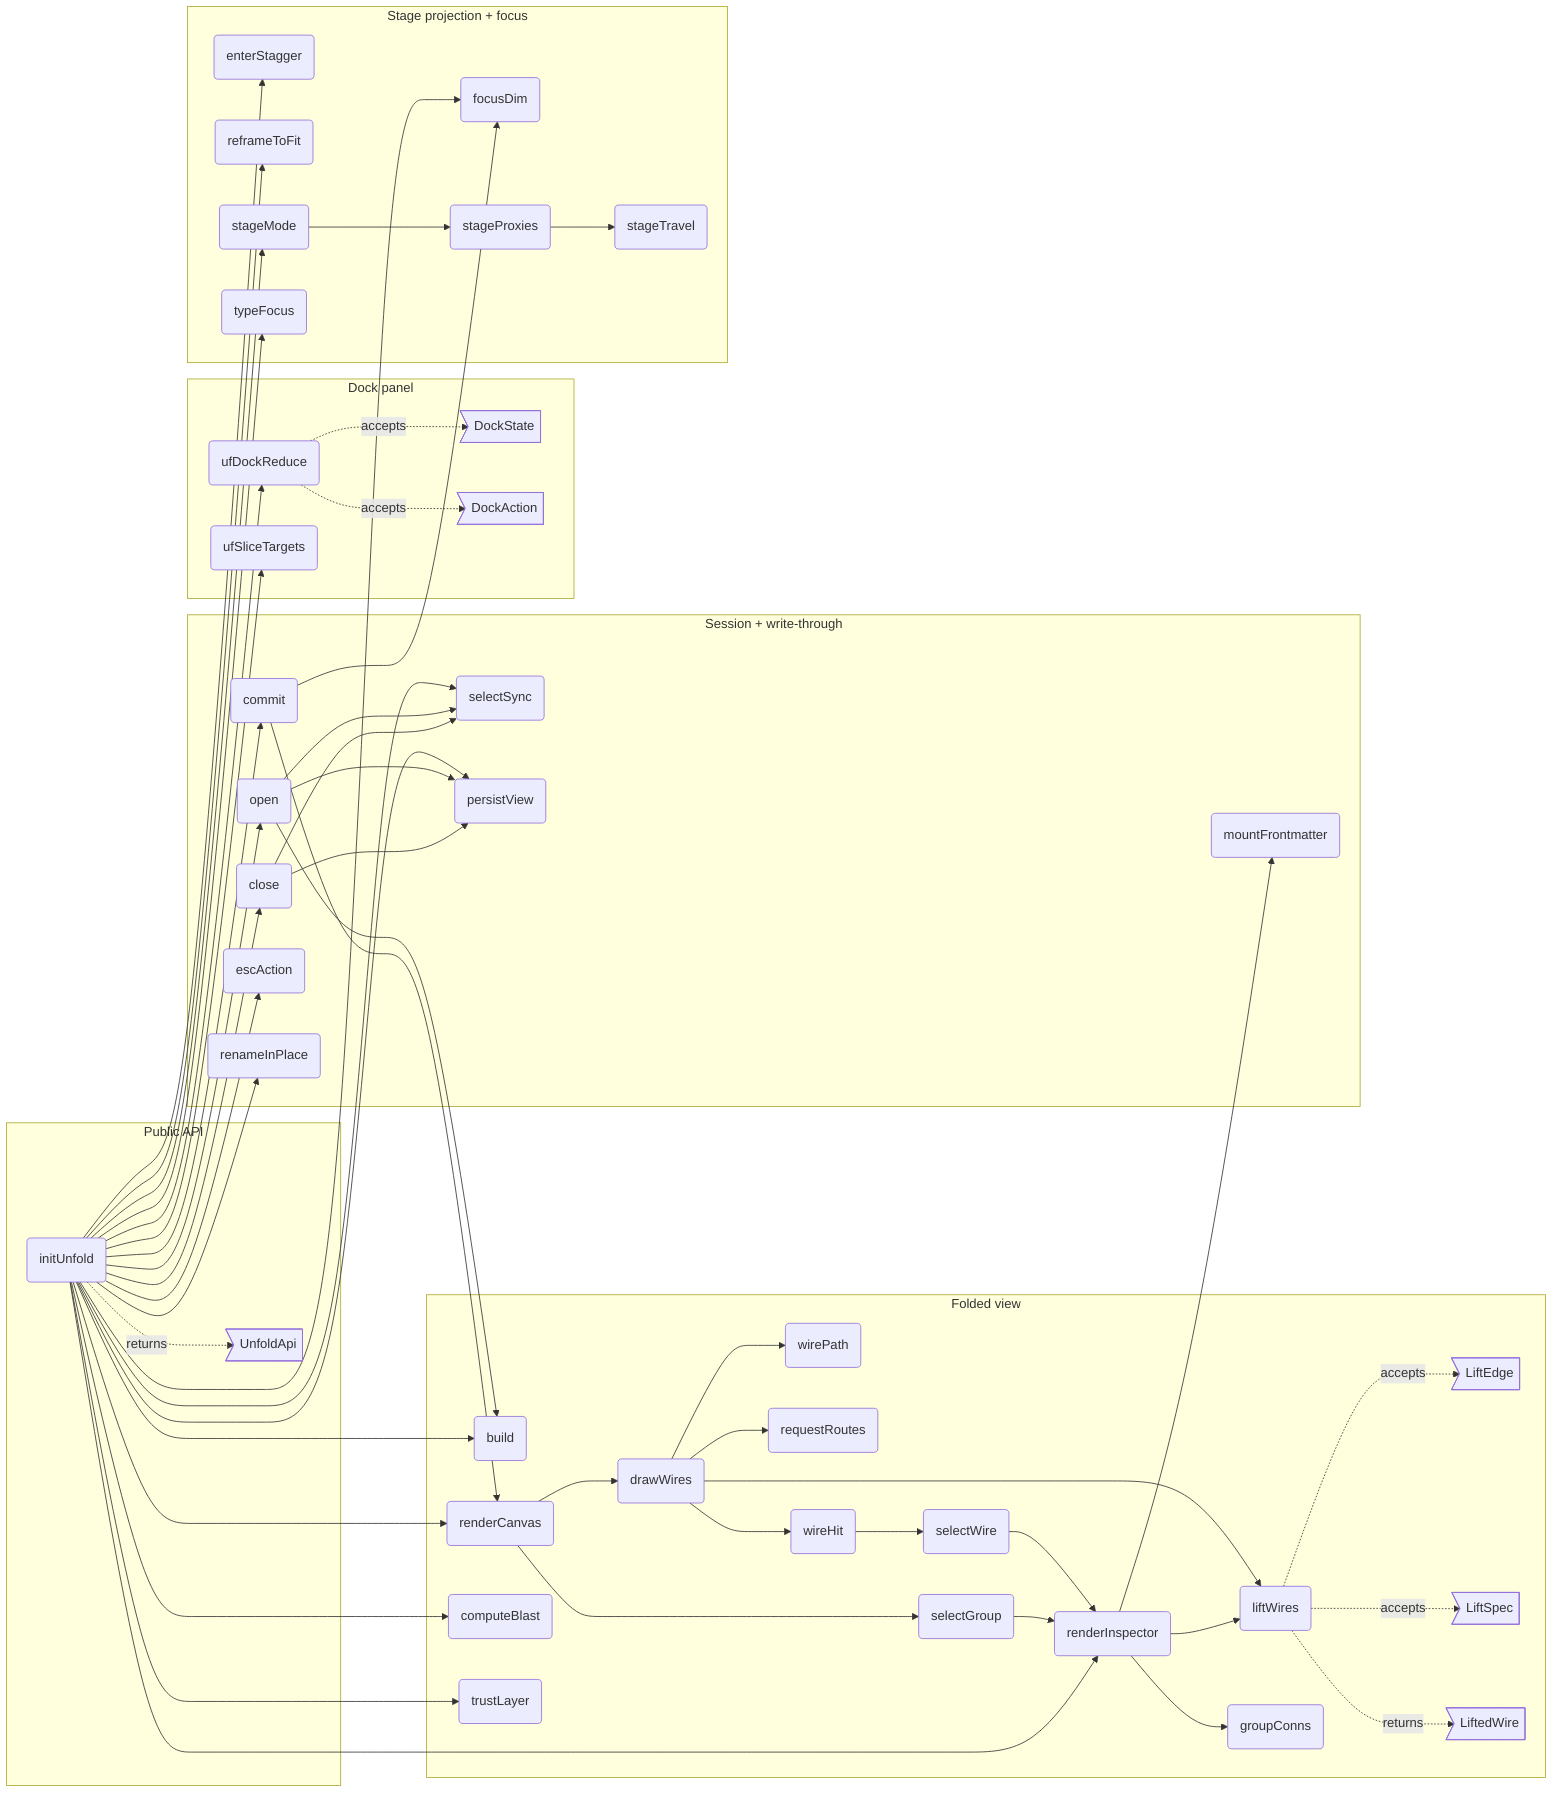
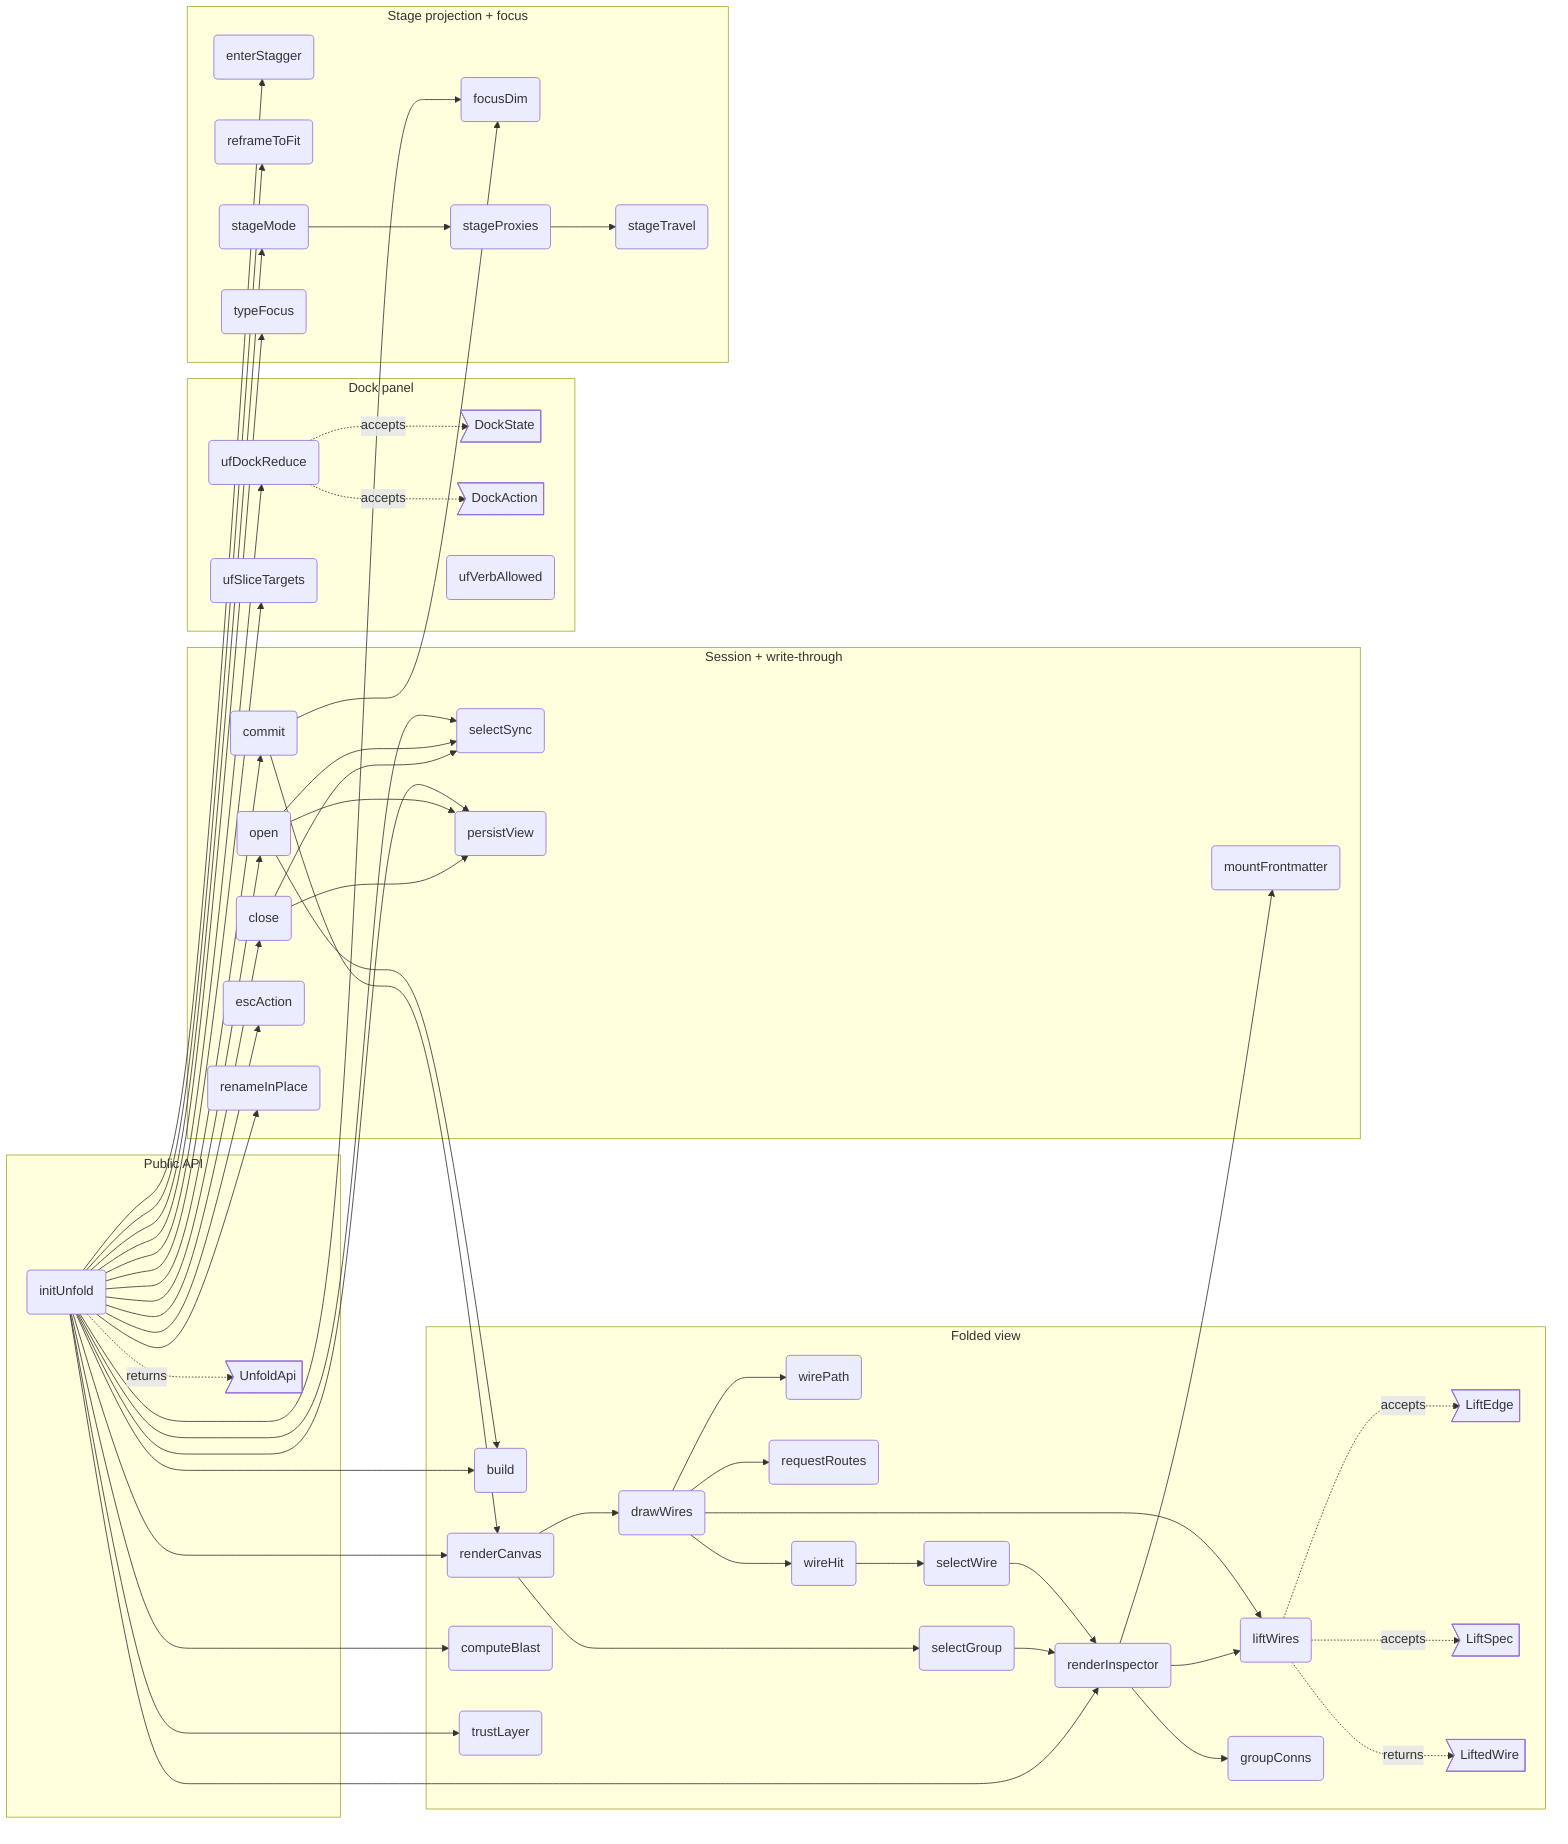
flowchart LR
%% root unfold

%% src UnfoldApi src/panel/unfold.ts#UnfoldApi
%% kind UnfoldApi type
%% fm:meta UnfoldApi name=UnfoldApi
%% fm:meta UnfoldApi desc=public surface: open, close, toggle

%% src initUnfold src/panel/unfold.ts#initUnfold
%% kind initUnfold function
%% fm:meta initUnfold name=initUnfold
%% fm:meta initUnfold desc=build the primary surface (own DOM + own CSS, the planner isolation pattern) bound to ctx; reads ctx.state + ctx.bodies, writes only through the shared hooks path; the dock carries a temporary legacy-compare affordance instead of a ✕ (M4 correction); the panel is a real dock driven by the pure ufDockReduce — five tabs on a two-row strip (reveal · io · mermaid / slice · style) anchored at the reveal strip, chevron collapse to a slim rail, left-border drag resize, state persisted under unfold.dock; the slice tab serialises through SliceApi.sliceFor on ufSliceTargets, the style tab drives appearance (light/dark + font via theming.applyFont)
%% fm:meta initUnfold i0.name=initUnfold
%% fm:meta initUnfold i0.accepts=ctx: AppContext
%% fm:meta initUnfold i0.accepts=deps: { selection: SelectionApi; camera: CameraApi; files: FilesApi; mermaid: MermaidApi; slice: SliceApi; theming: ThemingApi }
%% fm:meta initUnfold i0.returns=UnfoldApi

%% src ufBuild src/panel/unfold.ts#build
%% kind ufBuild function
%% fm:meta ufBuild name=build
%% fm:meta ufBuild desc=derive the folded units from ctx.state on every open: live parent wins, else the flowmap mod__rest drill convention; de-dup edges, fan-in
%% fm:meta ufBuild i0.name=build
%% fm:meta ufBuild i0.returns=void

%% src ufRenderCanvas src/panel/unfold.ts#renderCanvas
%% kind ufRenderCanvas function
%% fm:meta ufRenderCanvas name=renderCanvas
%% fm:meta ufRenderCanvas desc=render the containment roots as nested flex cards/groups; only expanded containers show their children
%% fm:meta ufRenderCanvas i0.name=renderCanvas
%% fm:meta ufRenderCanvas i0.returns=void

%% src ufDrawWires src/panel/unfold.ts#drawWires
%% kind ufDrawWires function
%% fm:meta ufDrawWires name=drawWires
%% fm:meta ufDrawWires desc=paint the pure lift decision (ufLiftWires): wires run between sibling anchors under their lowest common container so no wire crosses a foreign group box; concealed counts render as mid-path badges; arrowheads exist only on atomic reveals (selected leaf / exploded wire); hot wires keep the accent + flow grammar; weight ramp, hub fade and hit paths operate on the lifted set
%% fm:meta ufDrawWires i0.name=drawWires
%% fm:meta ufDrawWires i0.returns=void

%% src ufLiftWires src/panel/unfold-lift.ts#ufLiftWires
%% kind ufLiftWires function
%% fm:meta ufLiftWires name=liftWires
%% fm:meta ufLiftWires desc=pure wire-picture decision for the primary surface: every wire lifts to sibling anchors under the lowest common container (never crossing a foreign boundary), concealed endpoints counted for the badge; the lowest selected point sets the travel depth — a selected leaf reveals true wires (atomic, arrowed, hot), a selected container anchors its crossing wires at its own border (hot), a selected wire explodes into its underlying relations; opposite directions merge (weight-majority orientation) since arrowheads exist only on atomic reveals
%% fm:meta ufLiftWires i0.name=ufLiftWires
%% fm:meta ufLiftWires i0.accepts=edges: LiftEdge[]
%% fm:meta ufLiftWires i0.accepts=spec: LiftSpec
%% fm:meta ufLiftWires i0.returns=LiftedWire[]

%% src ufLiftEdge src/panel/unfold-lift.ts#LiftEdge
%% kind ufLiftEdge type
%% fm:meta ufLiftEdge name=LiftEdge
%% fm:meta ufLiftEdge desc=one deduped model edge as the lift decision sees it: endpoints, call/dep flags, weight, optional advisory mark

%% src ufLiftSpec src/panel/unfold-lift.ts#LiftSpec
%% kind ufLiftSpec type
%% fm:meta ufLiftSpec name=LiftSpec
%% fm:meta ufLiftSpec desc=the plain view slice the lift decision reads: containment parents, expanded/hidden, selection (node or container plus wire), wire layers

%% src ufLiftedWire src/panel/unfold-lift.ts#LiftedWire
%% kind ufLiftedWire type
%% fm:meta ufLiftedWire name=LiftedWire
%% fm:meta ufLiftedWire desc=one drawn wire: sibling anchors, summed weight, concealed endpoint count (the badge), atomic (arrowed reveal), hot (selection highlight), advisory, and the underlying model relations

%% src ufSliceTargets src/panel/unfold-slice.ts#ufSliceTargets
%% kind ufSliceTargets function
%% fm:meta ufSliceTargets name=ufSliceTargets
%% fm:meta ufSliceTargets desc=pure mapping from unfold's selection shape to slice target ids: a non-empty selected card/group id wins → [sel]; else a selected wire → its two endpoints deduplicated for a self-loop; else [] meaning full diagram (the legacy no-selection contract); an empty-string sel counts as no selection
%% fm:meta ufSliceTargets i0.name=ufSliceTargets
%% fm:meta ufSliceTargets i0.accepts=sel: string | null
%% fm:meta ufSliceTargets i0.accepts=wire: { a: string; b: string } | null
%% fm:meta ufSliceTargets i0.returns=string[]
+ 
+ %% src ufVerbAllowed src/panel/unfold-verbs.ts#ufVerbAllowed
+ %% kind ufVerbAllowed function
+ %% fm:meta ufVerbAllowed name=ufVerbAllowed
+ %% fm:meta ufVerbAllowed desc=pure verb-applicability gate for unfold's hidden actions: over { sel, wire, clipboard, modelEmpty } — addNode/undo/redo always; connect/copy/duplicate/wrap/editMeta need a selected card or group; delete needs a card/group or a wire; paste needs a non-empty clipboard; edgeLabel/edgeReverse/edgeDelete need a selected wire; clearAll needs a non-empty model; unknown verbs are refused (fail closed)
+ %% fm:meta ufVerbAllowed i0.name=ufVerbAllowed
+ %% fm:meta ufVerbAllowed i0.accepts=verb: string
+ %% fm:meta ufVerbAllowed i0.accepts=s: { sel: string | null; wire: boolean; clipboard: boolean; modelEmpty: boolean }
+ %% fm:meta ufVerbAllowed i0.returns=boolean

%% src ufDockReduce src/panel/unfold-dock.ts#ufDockReduce
%% kind ufDockReduce function
%% fm:meta ufDockReduce name=ufDockReduce
%% fm:meta ufDockReduce desc=pure dock-state reducer for the primary surface's panel: DockState { tab, collapsed, width } advances only through actions — setTab selects a known tab and always expands a collapsed panel (unknown or already-active tabs are no-ops), toggleCollapse flips collapsed preserving tab and width, resize rounds and clamps width to [240, 580] and is a no-op while collapsed, load normalizes a persisted raw value falling back per-field to first-tab / expanded / 330; an empty tabs list makes every action a no-op
%% fm:meta ufDockReduce i0.name=ufDockReduce
%% fm:meta ufDockReduce i0.accepts=state: DockState
%% fm:meta ufDockReduce i0.accepts=action: DockAction
%% fm:meta ufDockReduce i0.accepts=tabs: string[]
%% fm:meta ufDockReduce i0.returns=DockState

%% src ufDockState src/panel/unfold-dock.ts#DockState
%% kind ufDockState type
%% fm:meta ufDockState name=DockState
%% fm:meta ufDockState desc=the panel chrome state: active tab, collapsed flag, width in px — the only dock state, persisted whole under unfold.dock

%% src ufDockAction src/panel/unfold-dock.ts#DockAction
%% kind ufDockAction type
%% fm:meta ufDockAction name=DockAction
%% fm:meta ufDockAction desc=discriminated dock action: setTab, toggleCollapse, resize, or load (normalize a persisted raw value)

%% src ufComputeBlast src/panel/unfold.ts#computeBlast
%% kind ufComputeBlast function
%% fm:meta ufComputeBlast name=computeBlast
%% fm:meta ufComputeBlast desc=reverse-BFS the transitive dependents of the selection and map them to visible cards with min hop distance
%% fm:meta ufComputeBlast i0.name=computeBlast
%% fm:meta ufComputeBlast i0.returns=void

%% src ufRenderInspector src/panel/unfold.ts#renderInspector
%% kind ufRenderInspector function
%% fm:meta ufRenderInspector name=renderInspector
%% fm:meta ufRenderInspector desc=empty until selection; then kind, crumbs, desc, interfaces, blast count, connections, and the real source body from ctx.bodies — a selected wire resolves its endpoints and underlying relations through the same pure lift decision the painter draws (ufLiftWires), so the two surfaces cannot disagree
%% fm:meta ufRenderInspector i0.name=renderInspector
%% fm:meta ufRenderInspector i0.returns=void

%% src ufEnterStagger src/panel/unfold.ts#enterStagger
%% kind ufEnterStagger function
%% fm:meta ufEnterStagger name=enterStagger
%% fm:meta ufEnterStagger desc=staggered fade-up entrance for newly-revealed cards (~55ms stagger, ~650ms expo ease); wires draw themselves in only after their cards land
%% fm:meta ufEnterStagger i0.name=enterStagger
%% fm:meta ufEnterStagger i0.returns=void

%% src ufFocusDim src/panel/unfold.ts#focusDim
%% kind ufFocusDim function
%% fm:meta ufFocusDim name=focusDim
%% fm:meta ufFocusDim desc=focus illumination without rebuild: selection glows, 1-hop neighbours stay lit, its wires carry the flow animation, everything else dims
%% fm:meta ufFocusDim i0.name=focusDim
%% fm:meta ufFocusDim i0.returns=void

%% src ufReframe src/panel/unfold.ts#reframeToFit
%% kind ufReframe function
%% fm:meta ufReframe name=reframeToFit
%% fm:meta ufReframe desc=after every structural change the world transform-scales so all visible content fits, animated ~900ms expo ease — the canvas breathes instead of demanding travel
%% fm:meta ufReframe i0.name=reframeToFit
%% fm:meta ufReframe i0.returns=void

%% src ufStageMode src/panel/unfold.ts#stageMode
%% kind ufStageMode function
%% fm:meta ufStageMode name=stageMode
%% fm:meta ufStageMode desc=second projection of the same graph: the focused group renders center-stage at readable size while the explore world blurs and fades behind; exit restores explore state exactly
%% fm:meta ufStageMode i0.name=stageMode
%% fm:meta ufStageMode i0.accepts=gid: string | null
%% fm:meta ufStageMode i0.returns=void

%% src ufProxies src/panel/unfold.ts#stageProxies
%% kind ufProxies function
%% fm:meta ufProxies name=stageProxies
%% fm:meta ufProxies desc=external edges aggregate per target container into pill proxies on a ring; each pill's angle is the TRUE angle between group centroids in ctx.state positions
%% fm:meta ufProxies i0.name=stageProxies
%% fm:meta ufProxies i0.returns=void

%% src ufTravel src/panel/unfold.ts#stageTravel
%% kind ufTravel function
%% fm:meta ufTravel name=stageTravel
%% fm:meta ufTravel desc=peek then travel: the target group slides onto stage FROM its direction; the origin becomes a reciprocal-direction proxy automatically since both derive from the same centroids
%% fm:meta ufTravel i0.name=stageTravel
%% fm:meta ufTravel i0.accepts=target: string
%% fm:meta ufTravel i0.accepts=fromAngle: number
%% fm:meta ufTravel i0.returns=void

%% src ufTypeFocus src/panel/unfold.ts#typeFocus
%% kind ufTypeFocus function
%% fm:meta ufTypeFocus name=typeFocus
%% fm:meta ufTypeFocus desc=click a type in a frontmatter card and every module whose interface carries that type lights across the surface; the inspector lists the carriers, derived from ctx.state
%% fm:meta ufTypeFocus i0.name=typeFocus
%% fm:meta ufTypeFocus i0.accepts=t: string | null
%% fm:meta ufTypeFocus i0.returns=void

%% src ufCommit src/panel/unfold.ts#commit
%% kind ufCommit function
%% fm:meta ufCommit name=commit
%% fm:meta ufCommit desc=the ONLY view-mutation entry (M3): apply the pure reduceView to the spec, install the result frozen, then paint the per-action render subset — no handler touches view state or the DOM directly
%% fm:meta ufCommit i0.name=commit
%% fm:meta ufCommit i0.accepts=a: ViewAction
%% fm:meta ufCommit i0.returns=void

%% src ufSelectSync src/panel/unfold.ts#selectSync
%% kind ufSelectSync function
%% fm:meta ufSelectSync name=selectSync
%% fm:meta ufSelectSync desc=selection survives the mode boundary: seed SEL from the editor selection on open; hand the reading selection back (selectOnly + zoomToNode via deps) on close — no new state, one shared selection
%% fm:meta ufSelectSync i0.name=selectSync
%% fm:meta ufSelectSync i0.accepts=dir: 'open' | 'close'
%% fm:meta ufSelectSync i0.returns=void

%% src ufPersistView src/panel/unfold.ts#persistView
%% kind ufPersistView function
%% fm:meta ufPersistView name=persistView
%% fm:meta ufPersistView desc=the reading session persists per diagram (sorted containment roots as identity) as the full v1 ViewSpec; load goes through normalizeViewSpec and applies the durable trio (expanded/hidden/layers) — a pre-M3 stored entry is a valid subset, migration is branch-free
%% fm:meta ufPersistView i0.name=persistView
%% fm:meta ufPersistView i0.accepts=dir: 'save' | 'load'
%% fm:meta ufPersistView i0.returns=void

%% src ufOpen src/panel/unfold.ts#open
%% kind ufOpen function
%% fm:meta ufOpen name=open
%% fm:meta ufOpen desc=enter the primary surface: rebuild units from ctx.state, restore the per-diagram ViewSpec, sync selection in, show the overlay — no surface choice is recorded, unfold is home (M4 correction)
%% fm:meta ufOpen i0.name=open
%% fm:meta ufOpen i0.returns=void

%% src ufClose src/panel/unfold.ts#close
%% kind ufClose function
%% fm:meta ufClose name=close
%% fm:meta ufClose desc=leave unfold for the legacy-compare view (temporary, until M5 parity deletes the canvas): save the ViewSpec, hand the selection back, hide the overlay — invoked ONLY by the explicit compare affordance; no surface choice is recorded, no ✕ and no Esc route here (M4 correction)
%% fm:meta ufClose i0.name=close
%% fm:meta ufClose i0.returns=void

%% src ufEscAction src/panel/unfold-esc.ts#ufEscAction
%% kind ufEscAction function
%% fm:meta ufEscAction name=escAction
%% fm:meta ufEscAction desc=pure Esc-chain decision for the primary surface: priority order focusType > selWire > stage > sel > query, and 'none' at the bottom — Escape never exits unfold (the old close() branch is gone by design, M4 correction)
%% fm:meta ufEscAction i0.name=ufEscAction
%% fm:meta ufEscAction i0.accepts=s: { focusType: boolean; selWire: boolean; stage: boolean; sel: boolean; query: boolean }
%% fm:meta ufEscAction i0.returns='clearTypeFocus' | 'deselectWire' | 'exitStage' | 'selectGroup' | 'clearQuery' | 'none'

%% src ufTrustLayer src/panel/unfold.ts#trustLayer
%% kind ufTrustLayer function
%% fm:meta ufTrustLayer name=trustLayer
%% fm:meta ufTrustLayer desc=trust layer with an OPTIONAL advisory source: same-origin edge-advisory-allowlist.txt when present, a Load button otherwise; absent source = layer disabled, never wrong — advisory edges dash amber, advisory descs are marked
%% fm:meta ufTrustLayer i0.name=trustLayer
%% fm:meta ufTrustLayer i0.returns=void

%% src ufWirePath src/panel/unfold.ts#wirePath
%% kind ufWirePath function
%% fm:meta ufWirePath name=wirePath
%% fm:meta ufWirePath desc=one wire geometry, not two: reading-mode wires from the app's real port-side geometry (core/state portPos + bestSides) and the render/wires elbow path — replaces the local orthoPath
%% fm:meta ufWirePath i0.name=wirePath
%% fm:meta ufWirePath i0.accepts=a: Box
%% fm:meta ufWirePath i0.accepts=b: Box
%% fm:meta ufWirePath i0.returns=string

%% src ufRequestRoutes src/panel/unfold.ts#requestRoutes
%% kind ufRequestRoutes function
%% fm:meta ufRequestRoutes name=requestRoutes
%% fm:meta ufRequestRoutes desc=obstacle-avoided routes for the lifted wire picture via the shared libavoid worker (render/avoidRouter routeGraph), one call per containment scope: sibling cards AND group boxes are the obstacles for that scope's lifted wires, while atomic reveals route against cards only; elbows paint first, routed polylines upgrade in place; a layout signature drops stale replies
%% fm:meta ufRequestRoutes i0.name=requestRoutes
%% fm:meta ufRequestRoutes i0.accepts=pos: Record<string, Box>
%% fm:meta ufRequestRoutes i0.accepts=wires: LiftedWire[]
%% fm:meta ufRequestRoutes i0.returns=void

%% src ufSelectWire src/panel/unfold.ts#selectWire
%% kind ufSelectWire function
%% fm:meta ufSelectWire name=selectWire
%% fm:meta ufSelectWire desc=a wire is a first-class selectable (legacy-editor parity): select an aggregated wire by its rendered rep pair, clearing node/type focus; re-click deselects; the inspector shows endpoints, kind, weight and every underlying model relation
%% fm:meta ufSelectWire i0.name=selectWire
%% fm:meta ufSelectWire i0.accepts=a: string
%% fm:meta ufSelectWire i0.accepts=b: string
%% fm:meta ufSelectWire i0.returns=void

%% src ufWireHit src/panel/unfold.ts#wireHit
%% kind ufWireHit function
%% fm:meta ufWireHit name=wireHit
%% fm:meta ufWireHit desc=append an invisible wide hit path over a drawn wire in either projection: click selects the wire, hover pre-lights it — excluded from stage panning so pointer capture never eats the click
%% fm:meta ufWireHit i0.name=wireHit
%% fm:meta ufWireHit i0.accepts=vis: SVGPathElement
%% fm:meta ufWireHit i0.accepts=d: string
%% fm:meta ufWireHit i0.accepts=a: string
%% fm:meta ufWireHit i0.accepts=b: string
%% fm:meta ufWireHit i0.accepts=host: SVGSVGElement
%% fm:meta ufWireHit i0.returns=void

%% src ufSelectGroup src/panel/unfold.ts#selectGroup
%% kind ufSelectGroup function
%% fm:meta ufSelectGroup name=selectGroup
%% fm:meta ufSelectGroup desc=a group is a first-class selectable (U6): select + inspect, never stage (U8 deferred) — clears wire/type focus, relights, re-renders tree + inspector in either projection
%% fm:meta ufSelectGroup i0.name=selectGroup
%% fm:meta ufSelectGroup i0.accepts=id: string
%% fm:meta ufSelectGroup i0.returns=void

%% src ufGroupConns src/panel/unfold.ts#groupConns
%% kind ufGroupConns function
%% fm:meta ufGroupConns name=groupConns
%% fm:meta ufGroupConns desc=external connections of a container: every edge with exactly one endpoint inside the subtree, aggregated to the coarsest foreign container and weight-summed — the same aggregation grammar as the stage pills
%% fm:meta ufGroupConns i0.name=groupConns
%% fm:meta ufGroupConns i0.accepts=id: string
%% fm:meta ufGroupConns i0.returns={ uses: [string, number][]; usedBy: [string, number][] }

%% src ufRenameInPlace src/panel/unfold.ts#renameInPlace
%% kind ufRenameInPlace function
%% fm:meta ufRenameInPlace name=renameInPlace
%% fm:meta ufRenameInPlace desc=inline rename on the selected card (Enter / double-click on selected), writing through the existing model path — mutate ctx.state then hooks render + sync + pushHistory + persist, never a private write path
%% fm:meta ufRenameInPlace i0.name=renameInPlace
%% fm:meta ufRenameInPlace i0.accepts=id: string
%% fm:meta ufRenameInPlace i0.returns=void

%% src ufMountFrontmatter src/panel/unfold.ts#mountFrontmatter
%% kind ufMountFrontmatter function
%% fm:meta ufMountFrontmatter name=mountFrontmatter
%% fm:meta ufMountFrontmatter desc=mount the app's frontmatter editor (panel/inspector-frontmatter) for the selected node inside the reading inspector — the same hooks write path as renameInPlace; commits re-derive the folded view
%% fm:meta ufMountFrontmatter i0.name=mountFrontmatter
%% fm:meta ufMountFrontmatter i0.accepts=host: HTMLElement
%% fm:meta ufMountFrontmatter i0.accepts=id: string
%% fm:meta ufMountFrontmatter i0.returns=void

%% parent uf_api unfold
%% parent uf_view unfold
%% parent uf_stage unfold
%% parent uf_session unfold
%% parent uf_dock unfold

  subgraph uf_api ["Public API"]
    initUnfold("initUnfold")
    UnfoldApi>"UnfoldApi"]
  end
  subgraph uf_dock ["Dock panel"]
    ufDockReduce("ufDockReduce")
    ufDockState>"DockState"]
    ufDockAction>"DockAction"]
    ufSliceTargets("ufSliceTargets")
+     ufVerbAllowed("ufVerbAllowed")
  end
  subgraph uf_view ["Folded view"]
    ufBuild("build")
    ufRenderCanvas("renderCanvas")
    ufDrawWires("drawWires")
    ufLiftWires("liftWires")
    ufLiftEdge>"LiftEdge"]
    ufLiftSpec>"LiftSpec"]
    ufLiftedWire>"LiftedWire"]
    ufWirePath("wirePath")
    ufRequestRoutes("requestRoutes")
    ufWireHit("wireHit")
    ufSelectWire("selectWire")
    ufSelectGroup("selectGroup")
    ufGroupConns("groupConns")
    ufComputeBlast("computeBlast")
    ufRenderInspector("renderInspector")
    ufTrustLayer("trustLayer")
  end
  subgraph uf_session ["Session + write-through"]
    ufCommit("commit")
    ufOpen("open")
    ufClose("close")
    ufEscAction("escAction")
    ufSelectSync("selectSync")
    ufPersistView("persistView")
    ufRenameInPlace("renameInPlace")
    ufMountFrontmatter("mountFrontmatter")
  end
  subgraph uf_stage ["Stage projection + focus"]
    ufEnterStagger("enterStagger")
    ufFocusDim("focusDim")
    ufReframe("reframeToFit")
    ufStageMode("stageMode")
    ufProxies("stageProxies")
    ufTravel("stageTravel")
    ufTypeFocus("typeFocus")
  end

  initUnfold -.->|returns| UnfoldApi
  initUnfold --> ufBuild
  initUnfold --> ufRenderCanvas
  ufRenderCanvas --> ufDrawWires
  ufDrawWires --> ufLiftWires
  ufLiftWires -.->|accepts| ufLiftEdge
  ufLiftWires -.->|accepts| ufLiftSpec
  ufLiftWires -.->|returns| ufLiftedWire
  ufDrawWires --> ufWirePath
  ufDrawWires --> ufRequestRoutes
  ufDrawWires --> ufWireHit
  ufWireHit --> ufSelectWire
  ufSelectWire --> ufRenderInspector
  ufRenderInspector --> ufLiftWires
  ufRenderCanvas --> ufSelectGroup
  ufSelectGroup --> ufRenderInspector
  ufRenderInspector --> ufGroupConns
  initUnfold --> ufComputeBlast
  initUnfold --> ufRenderInspector
  initUnfold --> ufTrustLayer
  initUnfold --> ufCommit
  ufCommit --> ufRenderCanvas
  ufCommit --> ufFocusDim
  initUnfold --> ufSelectSync
  initUnfold --> ufPersistView
  initUnfold --> ufOpen
  initUnfold --> ufClose
  ufOpen --> ufBuild
  ufOpen --> ufPersistView
  ufOpen --> ufSelectSync
  ufClose --> ufPersistView
  ufClose --> ufSelectSync
  initUnfold --> ufRenameInPlace
  ufRenderInspector --> ufMountFrontmatter
  initUnfold --> ufEnterStagger
  initUnfold --> ufFocusDim
  initUnfold --> ufReframe
  initUnfold --> ufTypeFocus
  initUnfold --> ufStageMode
  ufStageMode --> ufProxies
  ufProxies --> ufTravel
  initUnfold --> ufEscAction
  initUnfold --> ufDockReduce
  ufDockReduce -.->|accepts| ufDockState
  ufDockReduce -.->|accepts| ufDockAction
  initUnfold --> ufSliceTargets
